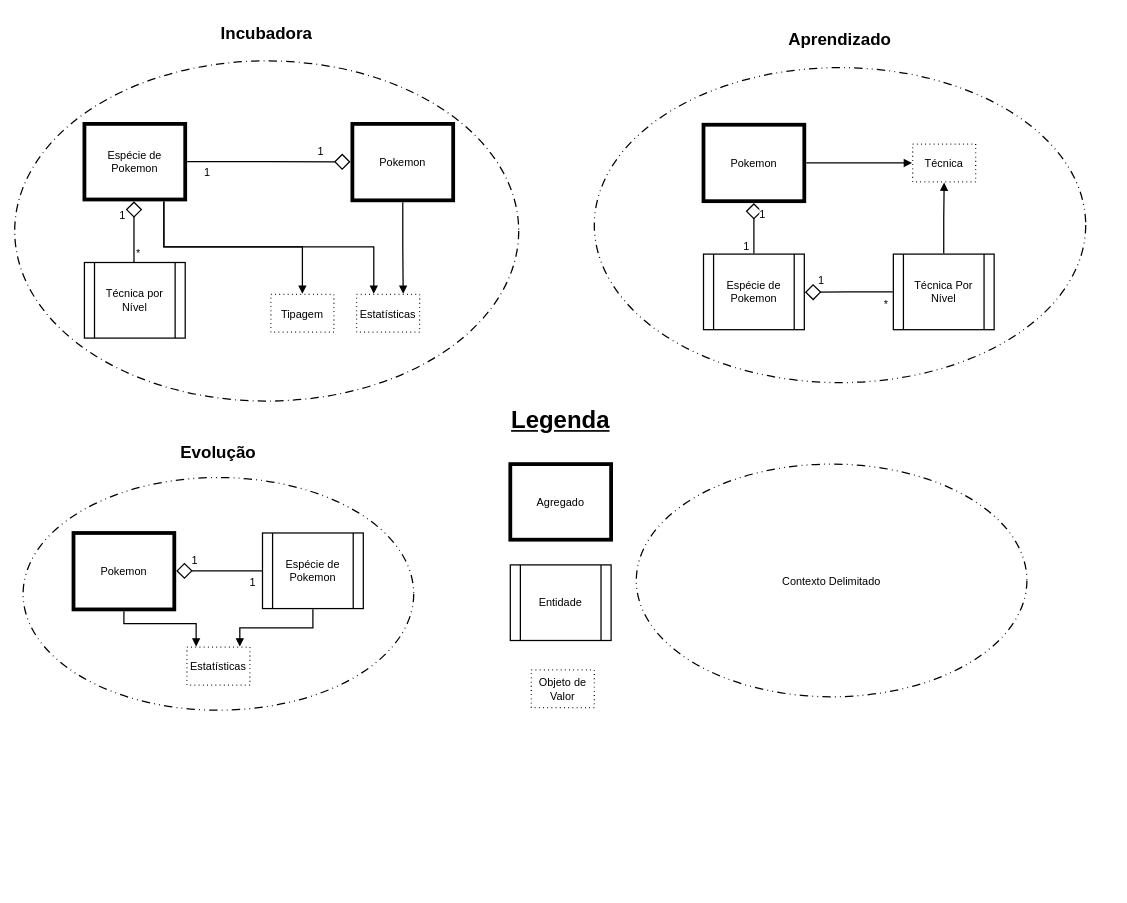
RicardoDMelo/CloudPokeSystem keeps this draw.io diagram as page "Contextos" (1 of 4) of Diagrams/DDD.drawio. Above is the earlier version. Source tidied: cells renumbered, new cells numbered last; positions are measured from the earlier drawing's top-left corner, leaving out a move shared by most shapes. Both pictures are drawn from the tidied source at 84%, with x=0, y=0 at pixel (14, 14).
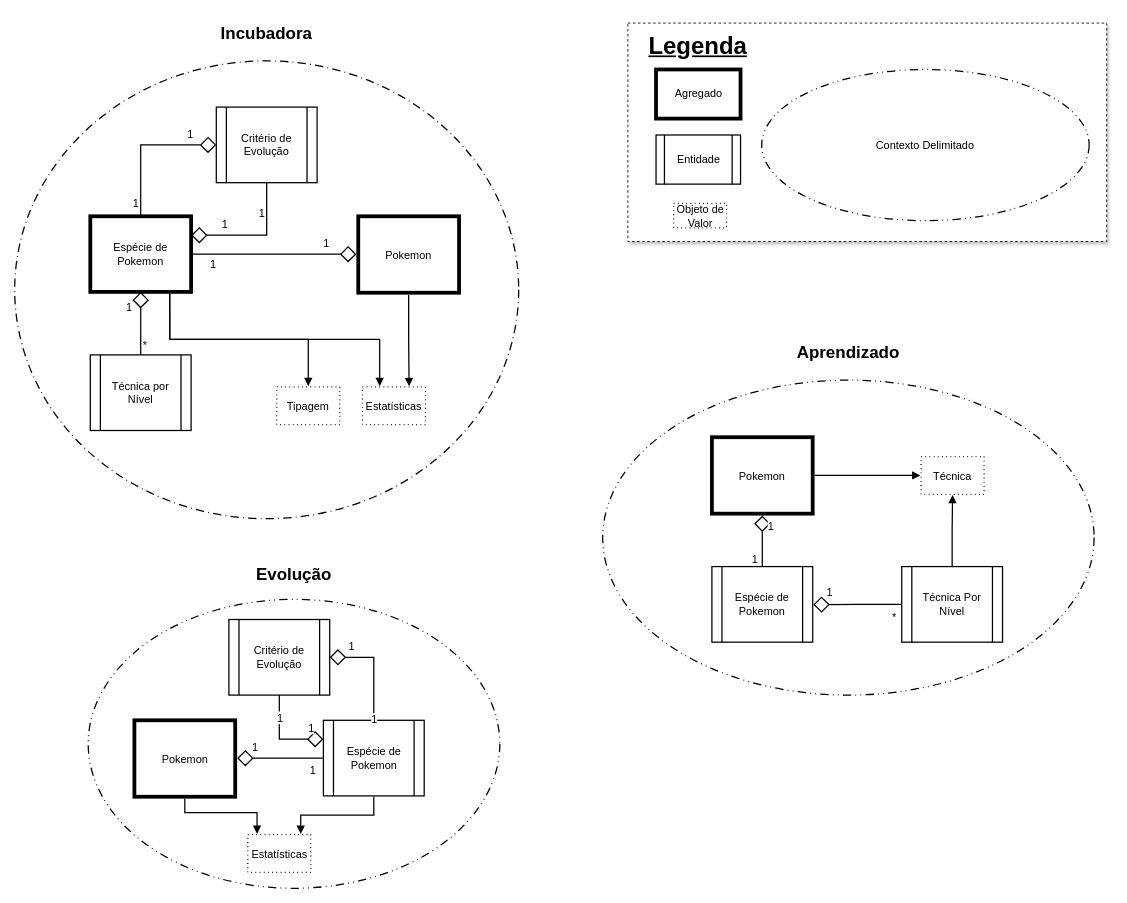
The same page after the edit.

Change to the diagram source:
```diff
@@
     <mxCell id="2" style="html=1;overflow=block;blockSpacing=1;whiteSpace=wrap;ellipse;fontSize=13;spacing=3.8;strokeOpacity=100;dashed=1;fixDash=1;dashPattern=10 5 1 5 1 5;strokeWidth=1.5;" parent="1" vertex="1">
-      <mxGeometry x="10" y="551" width="465" height="277" as="geometry" />
+      <mxGeometry x="87.5" y="696" width="490" height="344" as="geometry" />
     </mxCell>
     <mxCell id="3" style="html=1;overflow=block;blockSpacing=1;whiteSpace=wrap;ellipse;fontSize=13;spacing=3.8;strokeOpacity=100;dashed=1;fixDash=1;dashPattern=10 5 1 5;strokeWidth=1.5;" parent="1" vertex="1">
-      <mxGeometry y="55" width="600" height="405" as="geometry" />
+      <mxGeometry y="55" width="600" height="545" as="geometry" />
     </mxCell>
     <mxCell id="4" value="&lt;b&gt;Evolução&lt;/b&gt;" style="html=1;overflow=block;blockSpacing=1;whiteSpace=wrap;fontSize=20.2;fontColor=default;spacing=0;fillColor=#ffffff;strokeWidth=1.5;strokeColor=none;" parent="1" vertex="1">
-      <mxGeometry x="190" y="505" width="105" height="31" as="geometry" />
+      <mxGeometry x="280" y="650" width="105" height="31" as="geometry" />
     </mxCell>
@@
     <mxCell id="6" value="Pokemon" style="html=1;overflow=block;blockSpacing=1;align=center;whiteSpace=wrap;fontSize=13;fontColor=default;spacing=0;strokeOpacity=100;strokeWidth=4.5;" parent="1" vertex="1">
-      <mxGeometry x="70" y="617" width="120" height="91" as="geometry" />
+      <mxGeometry x="142.5" y="840" width="120" height="91" as="geometry" />
     </mxCell>
     <mxCell id="7" value="Espécie de Pokemon" style="html=1;overflow=block;blockSpacing=1;align=center;whiteSpace=wrap;fontSize=13;fontColor=default;spacing=0;strokeOpacity=100;fillOpacity=100;fillColor=#ffffff;strokeWidth=4.5;" parent="1" vertex="1">
-      <mxGeometry x="83" y="130" width="120" height="90" as="geometry" />
+      <mxGeometry x="90" y="240" width="120" height="90" as="geometry" />
     </mxCell>
     <mxCell id="8" value="Pokemon" style="html=1;overflow=block;blockSpacing=1;align=center;whiteSpace=wrap;fontSize=13;fontColor=default;spacing=0;strokeOpacity=100;fillOpacity=100;fillColor=#ffffff;strokeWidth=4.5;" parent="1" vertex="1">
-      <mxGeometry x="402" y="130" width="120" height="91" as="geometry" />
+      <mxGeometry x="409" y="240" width="120" height="91" as="geometry" />
     </mxCell>
     <mxCell id="9" style="html=1;overflow=block;blockSpacing=1;whiteSpace=wrap;ellipse;fontSize=13;spacing=3.8;strokeOpacity=100;dashed=1;fixDash=1;dashPattern=10 5 1 5 1 5;strokeWidth=1.5;" parent="1" vertex="1">
-      <mxGeometry x="690" y="63" width="585" height="375" as="geometry" />
+      <mxGeometry x="700" y="435" width="585" height="375" as="geometry" />
     </mxCell>
     <mxCell id="10" value="&lt;b&gt;Aprendizado&lt;/b&gt;" style="html=1;overflow=block;blockSpacing=1;whiteSpace=wrap;fontSize=20.2;fontColor=default;spacing=0;fillColor=#ffffff;strokeWidth=1.5;strokeColor=none;" parent="1" vertex="1">
-      <mxGeometry x="911.2" y="14" width="142.5" height="31" as="geometry" />
+      <mxGeometry x="921.2" y="386" width="142.5" height="31" as="geometry" />
     </mxCell>
     <mxCell id="11" value="Pokemon" style="html=1;overflow=block;blockSpacing=1;align=center;whiteSpace=wrap;fontSize=13;fontColor=default;spacing=0;strokeOpacity=100;strokeWidth=4.5;" parent="1" vertex="1">
-      <mxGeometry x="820" y="131" width="120" height="91" as="geometry" />
+      <mxGeometry x="830" y="503" width="120" height="91" as="geometry" />
     </mxCell>
@@
-    <mxCell id="15" style="html=1;jettySize=18;whiteSpace=wrap;fontSize=13;strokeOpacity=100;strokeWidth=1.5;rounded=1;arcSize=0;edgeStyle=orthogonalEdgeStyle;startArrow=none;endArrow=diamond;endFill=0;endSize=16;exitX=0.5;exitY=-0.008;exitPerimeter=0;entryX=0.5;entryY=1.025;entryPerimeter=0;" parent="1" edge="1">
-      <mxGeometry relative="1" as="geometry">
-        <mxPoint x="142" y="294.3" as="sourcePoint" />
-        <mxPoint x="142" y="222.2" as="targetPoint" />
-      </mxGeometry>
+    <mxCell id="15" style="html=1;jettySize=18;whiteSpace=wrap;fontSize=13;strokeOpacity=100;strokeWidth=1.5;rounded=1;arcSize=0;edgeStyle=orthogonalEdgeStyle;startArrow=none;endArrow=diamond;endFill=0;endSize=16;" parent="1" edge="1" source="24" target="7">
+      <mxGeometry relative="1" as="geometry" />
     </mxCell>
@@
     <mxCell id="24" value="Técnica por Nível" style="html=1;overflow=block;blockSpacing=1;whiteSpace=wrap;shape=process;fontSize=13;fontColor=default;align=center;spacing=0;strokeOpacity=100;fillOpacity=100;fillColor=#ffffff;strokeWidth=1.5;" parent="1" vertex="1">
-      <mxGeometry x="83" y="295" width="120" height="90" as="geometry" />
+      <mxGeometry x="90" y="405" width="120" height="90" as="geometry" />
     </mxCell>
     <mxCell id="25" value="Espécie de Pokemon" style="html=1;overflow=block;blockSpacing=1;whiteSpace=wrap;shape=process;fontSize=13;fontColor=default;spacing=0;strokeOpacity=100;fillOpacity=100;fillColor=#ffffff;strokeWidth=1.5;" parent="1" vertex="1">
-      <mxGeometry x="295" y="617" width="120" height="90" as="geometry" />
+      <mxGeometry x="367.5" y="840" width="120" height="90" as="geometry" />
     </mxCell>
     <mxCell id="26" value="Tipagem" style="html=1;overflow=block;blockSpacing=1;whiteSpace=wrap;fontSize=13;fontColor=default;align=center;spacing=0;strokeOpacity=100;fillOpacity=100;fillColor=#ffffff;dashed=1;fixDash=1;dashPattern=1 4;strokeWidth=1.5;" parent="1" vertex="1">
-      <mxGeometry x="305" y="333" width="75" height="45" as="geometry" />
+      <mxGeometry x="312" y="443" width="75" height="45" as="geometry" />
     </mxCell>
     <mxCell id="27" value="Estatísticas" style="html=1;overflow=block;blockSpacing=1;whiteSpace=wrap;fontSize=13;fontColor=default;align=center;spacing=0;strokeOpacity=100;fillOpacity=100;fillColor=#ffffff;dashed=1;fixDash=1;dashPattern=1 4;strokeWidth=1.5;" parent="1" vertex="1">
-      <mxGeometry x="407" y="333" width="75" height="45" as="geometry" />
+      <mxGeometry x="414" y="443" width="75" height="45" as="geometry" />
     </mxCell>
@@
     <mxCell id="31" value="Estatísticas" style="html=1;overflow=block;blockSpacing=1;whiteSpace=wrap;fontSize=13;fontColor=default;align=center;spacing=0;strokeOpacity=100;fillOpacity=100;fillColor=#ffffff;dashed=1;fixDash=1;dashPattern=1 4;strokeWidth=1.5;" parent="1" vertex="1">
-      <mxGeometry x="205" y="753" width="75" height="45" as="geometry" />
+      <mxGeometry x="277.5" y="976" width="75" height="45" as="geometry" />
     </mxCell>
     <mxCell id="32" style="html=1;jettySize=18;whiteSpace=wrap;fontSize=13;strokeOpacity=100;strokeWidth=1.5;rounded=1;arcSize=0;edgeStyle=orthogonalEdgeStyle;startArrow=none;endArrow=block;endFill=1;exitX=0.5;exitY=1.025;exitPerimeter=0;entryX=0.147;entryY=-0.017;entryPerimeter=0;" parent="1" edge="1" source="6" target="31">
       <mxGeometry relative="1" as="geometry">
         <Array as="points">
-          <mxPoint x="130" y="725" />
-          <mxPoint x="216" y="725" />
+          <mxPoint x="202.5" y="950" />
+          <mxPoint x="288.5" y="950" />
         </Array>
       </mxGeometry>
     </mxCell>
@@
     <mxCell id="34" value="Espécie de Pokemon" style="html=1;overflow=block;blockSpacing=1;whiteSpace=wrap;shape=process;fontSize=13;fontColor=default;spacing=0;strokeOpacity=100;fillOpacity=100;fillColor=#ffffff;strokeWidth=1.5;" parent="1" vertex="1">
-      <mxGeometry x="820" y="285" width="120" height="90" as="geometry" />
+      <mxGeometry x="830" y="657" width="120" height="90" as="geometry" />
     </mxCell>
@@
     <mxCell id="38" value="Técnica" style="html=1;overflow=block;blockSpacing=1;whiteSpace=wrap;fontSize=13;fontColor=default;align=center;spacing=0;strokeOpacity=100;fillOpacity=100;fillColor=#ffffff;dashed=1;fixDash=1;dashPattern=1 4;strokeWidth=1.5;" parent="1" vertex="1">
-      <mxGeometry x="1069" y="154" width="75" height="45" as="geometry" />
+      <mxGeometry x="1079" y="526" width="75" height="45" as="geometry" />
     </mxCell>
@@
     <mxCell id="41" value="Técnica Por Nível" style="html=1;overflow=block;blockSpacing=1;whiteSpace=wrap;shape=process;fontSize=13;fontColor=default;spacing=0;strokeOpacity=100;fillOpacity=100;fillColor=#ffffff;strokeWidth=1.5;" parent="1" vertex="1">
-      <mxGeometry x="1046" y="285" width="120" height="90" as="geometry" />
+      <mxGeometry x="1056" y="657" width="120" height="90" as="geometry" />
     </mxCell>
+    <mxCell id="47" style="group;" parent="1" vertex="1">
+      <mxGeometry x="730" y="10" width="570" height="260" as="geometry" />
+    </mxCell>
+    <mxCell id="48" style="rounded=0;whiteSpace=wrap;html=1;shadow=1;dashed=1;" parent="47" vertex="1">
+      <mxGeometry width="570" height="260" as="geometry" />
+    </mxCell>
-    <mxCell id="42" value="Agregado" style="html=1;overflow=block;blockSpacing=1;align=center;whiteSpace=wrap;fontSize=13;fontColor=default;spacing=0;strokeOpacity=100;fillOpacity=100;fillColor=#ffffff;strokeWidth=4.5;" parent="1" vertex="1">
-      <mxGeometry x="590" y="535" width="120" height="90" as="geometry" />
+    <mxCell id="42" value="Agregado" style="html=1;overflow=block;blockSpacing=1;align=center;whiteSpace=wrap;fontSize=13;fontColor=default;spacing=0;strokeOpacity=100;fillOpacity=100;fillColor=#ffffff;strokeWidth=4.5;" parent="47" vertex="1">
+      <mxGeometry x="33.5" y="55.2" width="100.6" height="58.5" as="geometry" />
     </mxCell>
-    <mxCell id="43" value="Legenda" style="html=1;overflow=block;blockSpacing=1;whiteSpace=wrap;fontSize=28.5;fontColor=default;fontStyle=5;align=center;spacing=3.8;strokeOpacity=0;fillOpacity=0;fillColor=#ffffff;strokeWidth=1.5;" parent="1" vertex="1">
-      <mxGeometry x="560" y="460" width="180" height="45" as="geometry" />
+    <mxCell id="43" value="Legenda" style="html=1;overflow=block;blockSpacing=1;whiteSpace=wrap;fontSize=28.5;fontColor=default;fontStyle=5;align=center;spacing=3.8;strokeOpacity=0;fillOpacity=0;fillColor=#ffffff;strokeWidth=1.5;" parent="47" vertex="1">
+      <mxGeometry x="8.4" y="6.5" width="150.9" height="29.2" as="geometry" />
     </mxCell>
-    <mxCell id="44" value="Entidade" style="html=1;overflow=block;blockSpacing=1;whiteSpace=wrap;shape=process;fontSize=13;fontColor=default;align=center;spacing=0;strokeOpacity=100;fillOpacity=100;fillColor=#ffffff;strokeWidth=1.5;" parent="1" vertex="1">
-      <mxGeometry x="590" y="655" width="120" height="90" as="geometry" />
+    <mxCell id="44" value="Entidade" style="html=1;overflow=block;blockSpacing=1;whiteSpace=wrap;shape=process;fontSize=13;fontColor=default;align=center;spacing=0;strokeOpacity=100;fillOpacity=100;fillColor=#ffffff;strokeWidth=1.5;" parent="47" vertex="1">
+      <mxGeometry x="33.5" y="133.2" width="100.6" height="58.5" as="geometry" />
     </mxCell>
-    <mxCell id="45" value="Objeto de Valor" style="html=1;overflow=block;blockSpacing=1;whiteSpace=wrap;fontSize=13;fontColor=default;align=center;spacing=0;strokeOpacity=100;fillOpacity=100;fillColor=#ffffff;dashed=1;fixDash=1;dashPattern=1 4;strokeWidth=1.5;" parent="1" vertex="1">
-      <mxGeometry x="615" y="780" width="75" height="45" as="geometry" />
+    <mxCell id="45" value="Objeto de Valor" style="html=1;overflow=block;blockSpacing=1;whiteSpace=wrap;fontSize=13;fontColor=default;align=center;spacing=0;strokeOpacity=100;fillOpacity=100;fillColor=#ffffff;dashed=1;fixDash=1;dashPattern=1 4;strokeWidth=1.5;" parent="47" vertex="1">
+      <mxGeometry x="54.5" y="214.5" width="62.9" height="29.2" as="geometry" />
     </mxCell>
-    <mxCell id="46" value="Contexto Delimitado" style="html=1;overflow=block;blockSpacing=1;whiteSpace=wrap;ellipse;fontSize=13;spacing=3.8;strokeOpacity=100;dashed=1;fixDash=1;dashPattern=10 5 1 5 1 5;strokeWidth=1.5;" parent="1" vertex="1">
-      <mxGeometry x="740" y="535" width="465" height="277" as="geometry" />
+    <mxCell id="46" value="Contexto Delimitado" style="html=1;overflow=block;blockSpacing=1;whiteSpace=wrap;ellipse;fontSize=13;spacing=3.8;strokeOpacity=100;dashed=1;fixDash=1;dashPattern=10 5 1 5 1 5;strokeWidth=1.5;" parent="47" vertex="1">
+      <mxGeometry x="159.3" y="55.2" width="389.8" height="180" as="geometry" />
     </mxCell>
+    <mxCell id="49" value="Critério de Evolução" style="html=1;overflow=block;blockSpacing=1;whiteSpace=wrap;shape=process;fontSize=13;fontColor=default;align=center;spacing=0;strokeOpacity=100;fillOpacity=100;fillColor=#ffffff;strokeWidth=1.5;" parent="1" vertex="1">
+      <mxGeometry x="240" y="110" width="120" height="90" as="geometry" />
+    </mxCell>
+    <mxCell id="50" style="html=1;jettySize=18;whiteSpace=wrap;fontSize=13;strokeOpacity=100;strokeWidth=1.5;rounded=1;arcSize=0;edgeStyle=orthogonalEdgeStyle;startArrow=none;endArrow=diamond;endFill=0;endSize=16;exitX=0.5;exitY=0;entryX=0;entryY=0.5;exitDx=0;exitDy=0;entryDx=0;entryDy=0;" parent="1" edge="1" source="7" target="49">
+      <mxGeometry relative="1" as="geometry" />
+    </mxCell>
+    <mxCell id="51" value="1" style="text;html=1;labelBackgroundColor=default;align=center;verticalAlign=middle;fontSize=13;" parent="50" vertex="1">
+      <mxGeometry x="-0.69" relative="1" as="geometry">
+        <mxPoint x="-7" y="11" as="offset" />
+      </mxGeometry>
+    </mxCell>
+    <mxCell id="52" value="1" style="text;html=1;labelBackgroundColor=default;align=center;verticalAlign=middle;fontSize=13;" parent="50" vertex="1">
+      <mxGeometry x="0.56" relative="1" as="geometry">
+        <mxPoint x="6" y="-14" as="offset" />
+      </mxGeometry>
+    </mxCell>
+    <mxCell id="53" style="html=1;jettySize=18;whiteSpace=wrap;fontSize=13;strokeOpacity=100;strokeWidth=1.5;rounded=1;arcSize=0;edgeStyle=orthogonalEdgeStyle;startArrow=none;endArrow=diamond;endFill=0;endSize=16;exitX=0.5;exitY=1;entryX=1;entryY=0.25;exitDx=0;exitDy=0;entryDx=0;entryDy=0;" parent="1" edge="1" source="49" target="7">
+      <mxGeometry relative="1" as="geometry" />
+    </mxCell>
+    <mxCell id="54" value="1" style="text;html=1;labelBackgroundColor=default;align=center;verticalAlign=middle;fontSize=13;" parent="53" vertex="1">
+      <mxGeometry x="-0.69" relative="1" as="geometry">
+        <mxPoint x="-7" y="11" as="offset" />
+      </mxGeometry>
+    </mxCell>
+    <mxCell id="55" value="1" style="text;html=1;labelBackgroundColor=default;align=center;verticalAlign=middle;fontSize=13;" parent="53" vertex="1">
+      <mxGeometry x="0.56" relative="1" as="geometry">
+        <mxPoint x="6" y="-14" as="offset" />
+      </mxGeometry>
+    </mxCell>
+    <mxCell id="56" value="Critério de Evolução" style="html=1;overflow=block;blockSpacing=1;whiteSpace=wrap;shape=process;fontSize=13;fontColor=default;align=center;spacing=0;strokeOpacity=100;fillOpacity=100;fillColor=#ffffff;strokeWidth=1.5;" parent="1" vertex="1">
+      <mxGeometry x="255" y="720" width="120" height="90" as="geometry" />
+    </mxCell>
+    <mxCell id="57" style="html=1;jettySize=18;whiteSpace=wrap;fontSize=13;strokeOpacity=100;strokeWidth=1.5;rounded=1;arcSize=0;edgeStyle=orthogonalEdgeStyle;startArrow=none;endArrow=diamond;endFill=0;endSize=16;exitX=0.5;exitY=0;exitDx=0;exitDy=0;entryX=1;entryY=0.5;entryDx=0;entryDy=0;" parent="1" edge="1" source="25" target="56">
+      <mxGeometry relative="1" as="geometry" />
+    </mxCell>
+    <mxCell id="58" value="1" style="text;html=1;labelBackgroundColor=default;align=center;verticalAlign=middle;fontSize=13;" parent="57" vertex="1">
+      <mxGeometry x="-0.76" relative="1" as="geometry">
+        <mxPoint y="13" as="offset" />
+      </mxGeometry>
+    </mxCell>
+    <mxCell id="59" value="1" style="text;html=1;labelBackgroundColor=default;align=center;verticalAlign=middle;fontSize=13;" parent="57" vertex="1">
+      <mxGeometry x="0.65" relative="1" as="geometry">
+        <mxPoint x="3" y="-14" as="offset" />
+      </mxGeometry>
+    </mxCell>
+    <mxCell id="60" style="html=1;jettySize=18;whiteSpace=wrap;fontSize=13;strokeOpacity=100;strokeWidth=1.5;rounded=1;arcSize=0;edgeStyle=orthogonalEdgeStyle;startArrow=none;endArrow=diamond;endFill=0;endSize=16;exitX=0.5;exitY=1;exitDx=0;exitDy=0;entryX=0;entryY=0.25;entryDx=0;entryDy=0;" parent="1" edge="1" source="56" target="25">
+      <mxGeometry relative="1" as="geometry" />
+    </mxCell>
+    <mxCell id="61" value="1" style="text;html=1;labelBackgroundColor=default;align=center;verticalAlign=middle;fontSize=13;" parent="60" vertex="1">
+      <mxGeometry x="-0.76" relative="1" as="geometry">
+        <mxPoint y="13" as="offset" />
+      </mxGeometry>
+    </mxCell>
+    <mxCell id="62" value="1" style="text;html=1;labelBackgroundColor=default;align=center;verticalAlign=middle;fontSize=13;" parent="60" vertex="1">
+      <mxGeometry x="0.65" relative="1" as="geometry">
+        <mxPoint x="3" y="-14" as="offset" />
+      </mxGeometry>
+    </mxCell>
```
